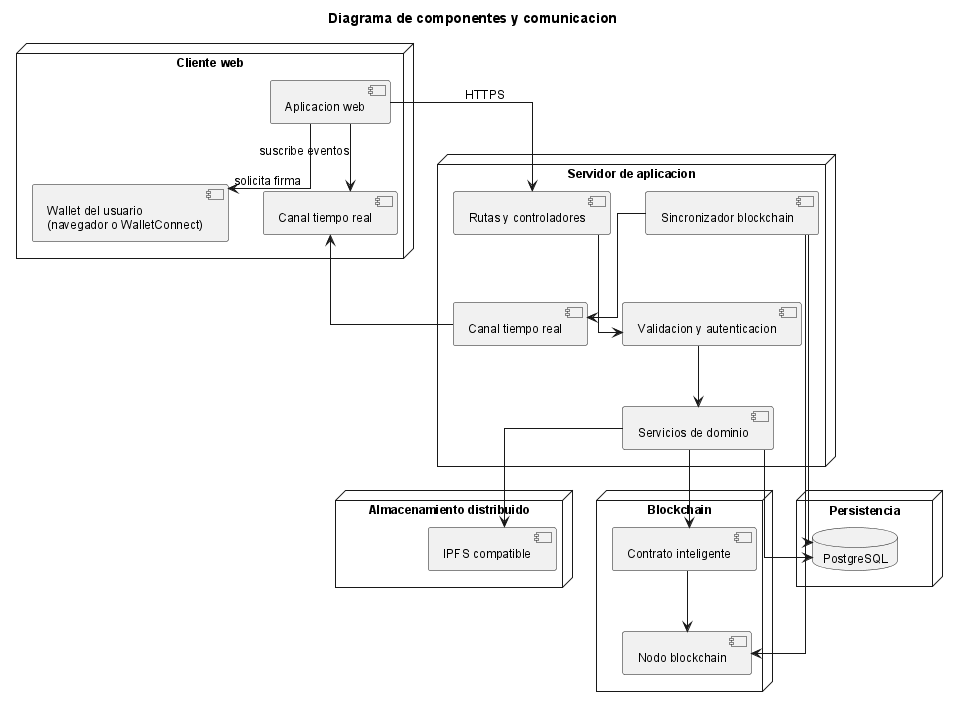
Before: anexos/diagramas/components.png, a diagram exported from PlantUML (ErDeivih/DocumentChain).
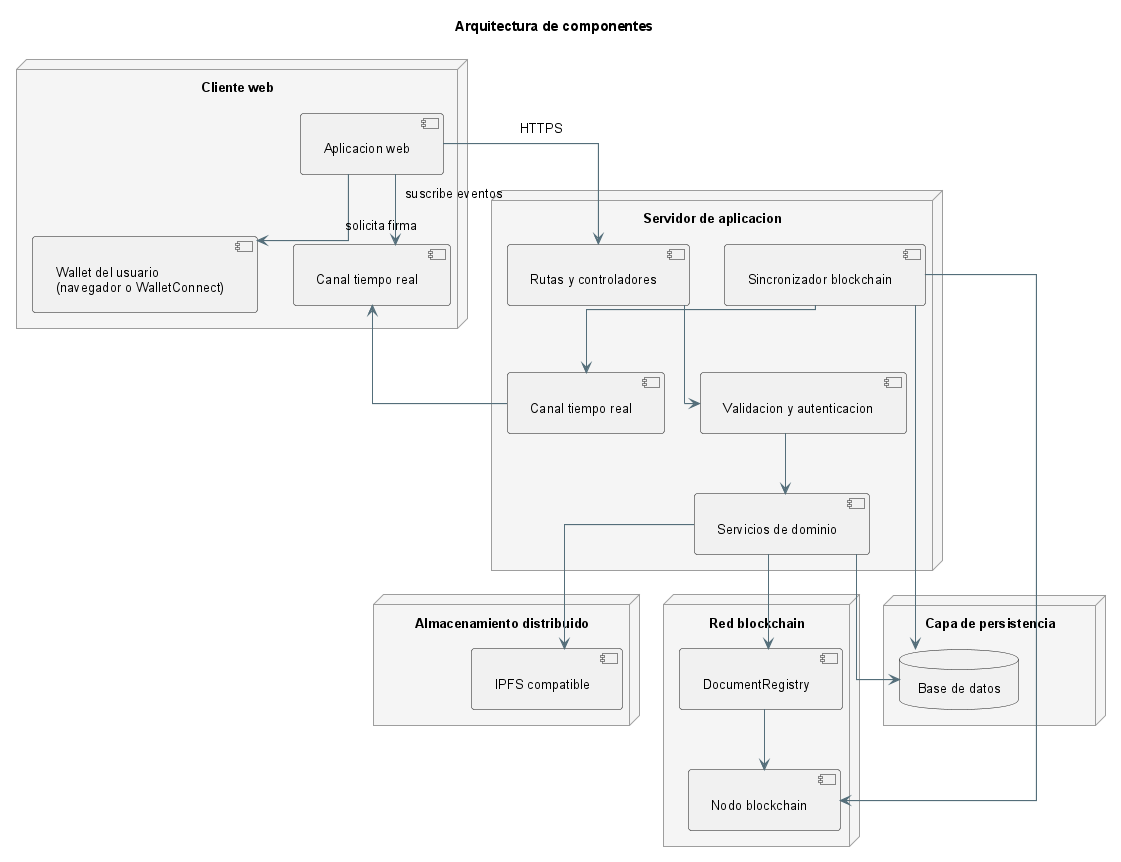
After the change.

The edit, as a diff of the source:
```diff
@@ -1,6 +1,6 @@
 @startuml
 !include _structure-style.puml
-title Diagrama de componentes y comunicacion
+title Arquitectura de componentes
 
 node "Cliente web" {
     [Aplicacion web] as Frontend
@@ -16,16 +16,16 @@
     [Sincronizador blockchain] as EventListener
 }
 
-node "Persistencia" {
-    database "PostgreSQL" as DB
+node "Capa de persistencia" {
+    database "Base de datos" as DB
 }
 
 node "Almacenamiento distribuido" {
     [IPFS compatible] as IPFS
 }
 
-node "Blockchain" {
-    [Contrato inteligente] as SC
+node "Red blockchain" {
+    [DocumentRegistry] as SC
     [Nodo blockchain] as ETH
 }
 
```
